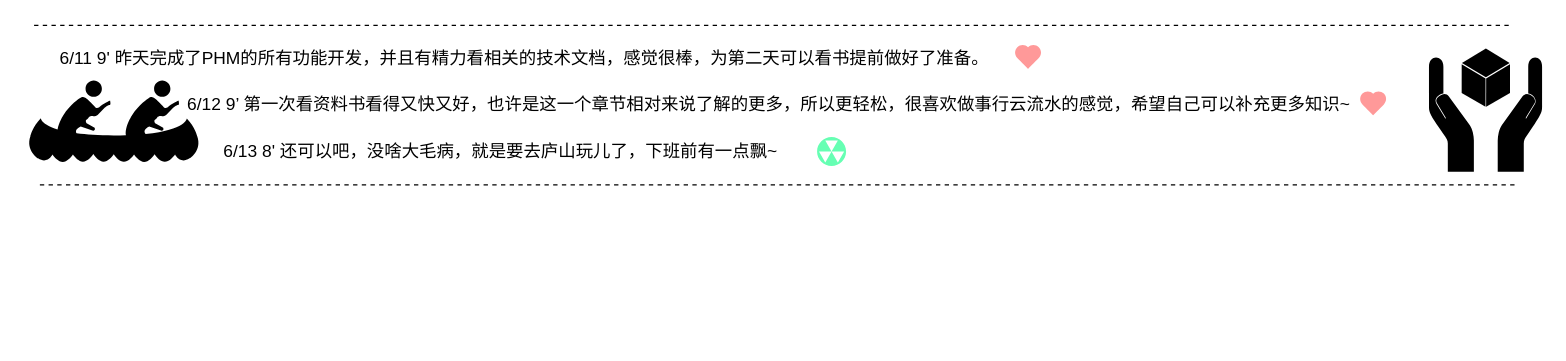
adnabb/Hello-World keeps this draw.io diagram as page "Page-2" (2 of 2) of Untitled Diagram.drawio. Above is the earlier version. Source tidied: cells renumbered, new cells numbered last; positions are measured from the earlier drawing's top-left corner, leaving out a move shared by most shapes. Both pictures are drawn from the tidied source at 145%, with x=0, y=0 at pixel (25, 25).
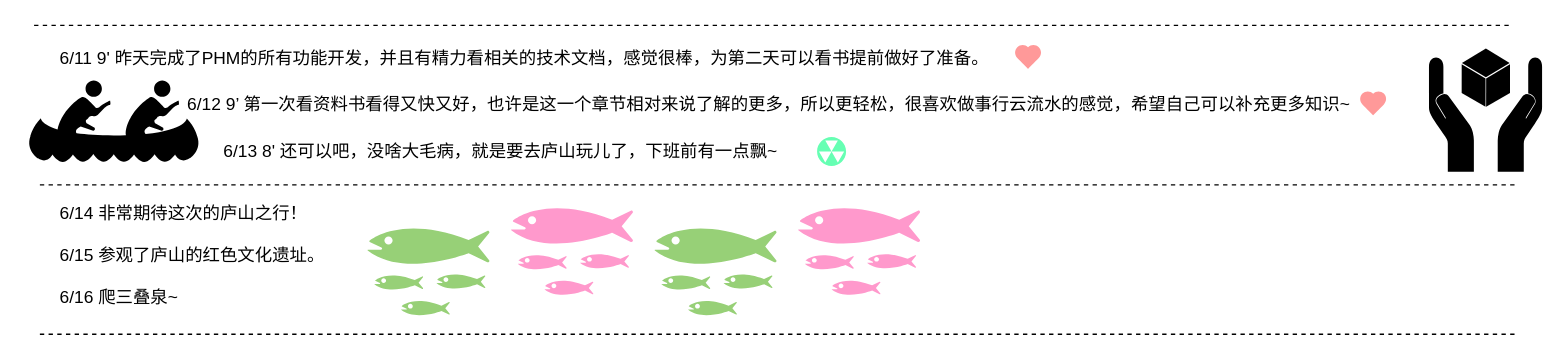
Above is the later version.

Diff of the diagram source:
```diff
@@
+    <mxCell id="13" value="6/14 非常期待这次的庐山之行！&lt;br&gt;&lt;br&gt;6/15 参观了庐山的红色文化遗址。&lt;br&gt;&lt;br&gt;6/16 爬三叠泉~&lt;br&gt;" style="text;html=1;align=left;verticalAlign=top;spacingTop=-4;" parent="1" vertex="1">
+      <mxGeometry x="22" y="120" width="200" height="70" as="geometry" />
+    </mxCell>
+    <mxCell id="14" style="endArrow=none;dashed=1;html=1;" parent="1" edge="1">
+      <mxGeometry relative="1" as="geometry">
+        <mxPoint x="10" y="213" as="sourcePoint" />
+        <mxPoint x="1030" y="213" as="targetPoint" />
+      </mxGeometry>
+    </mxCell>
+    <mxCell id="15" style="shape=mxgraph.signs.animals.fish_hatchery;html=1;fillColor=#97D077;strokeColor=none;verticalLabelPosition=bottom;verticalAlign=top;align=center;" parent="1" vertex="1">
+      <mxGeometry x="236" y="130" width="84" height="74" as="geometry" />
+    </mxCell>
+    <mxCell id="16" style="shape=mxgraph.signs.animals.fish_hatchery;html=1;fillColor=#FF99CC;strokeColor=none;verticalLabelPosition=bottom;verticalAlign=top;align=center;" parent="1" vertex="1">
+      <mxGeometry x="335" y="116" width="84" height="74" as="geometry" />
+    </mxCell>
+    <mxCell id="17" style="shape=mxgraph.signs.animals.fish_hatchery;html=1;fillColor=#97D077;strokeColor=none;verticalLabelPosition=bottom;verticalAlign=top;align=center;" parent="1" vertex="1">
+      <mxGeometry x="434" y="130" width="84" height="74" as="geometry" />
+    </mxCell>
+    <mxCell id="18" style="shape=mxgraph.signs.animals.fish_hatchery;html=1;fillColor=#FF99CC;strokeColor=none;verticalLabelPosition=bottom;verticalAlign=top;align=center;" parent="1" vertex="1">
+      <mxGeometry x="533" y="116" width="84" height="74" as="geometry" />
+    </mxCell>
```
